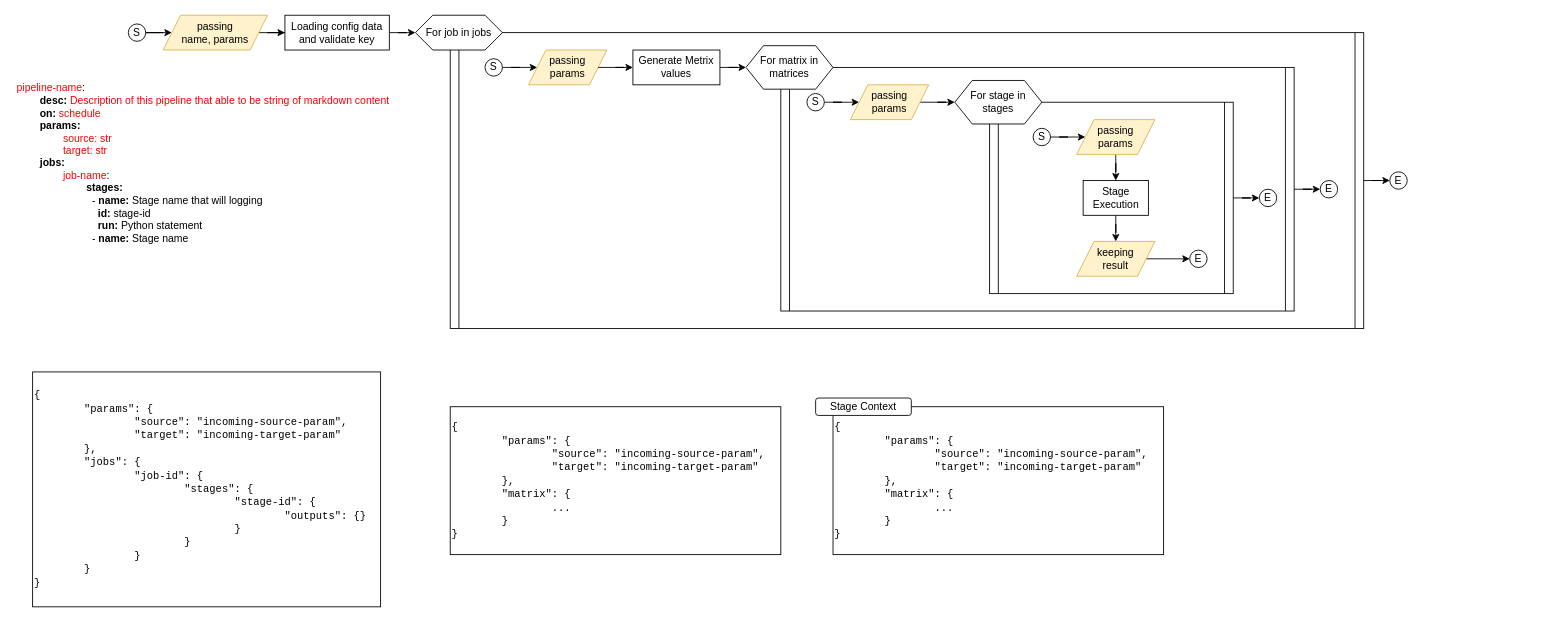
Above: page "pipeline" (2 of 2) of docs/assets/diagram.drawio in ddeutils/ddeutil-workflow (draw.io), before the change. Source tidied: cells renumbered, new cells numbered last; positions are measured from the earlier drawing's top-left corner, leaving out a move shared by most shapes. Both pictures are drawn from the tidied source at 87%, with x=0, y=0 at pixel (15, 15).
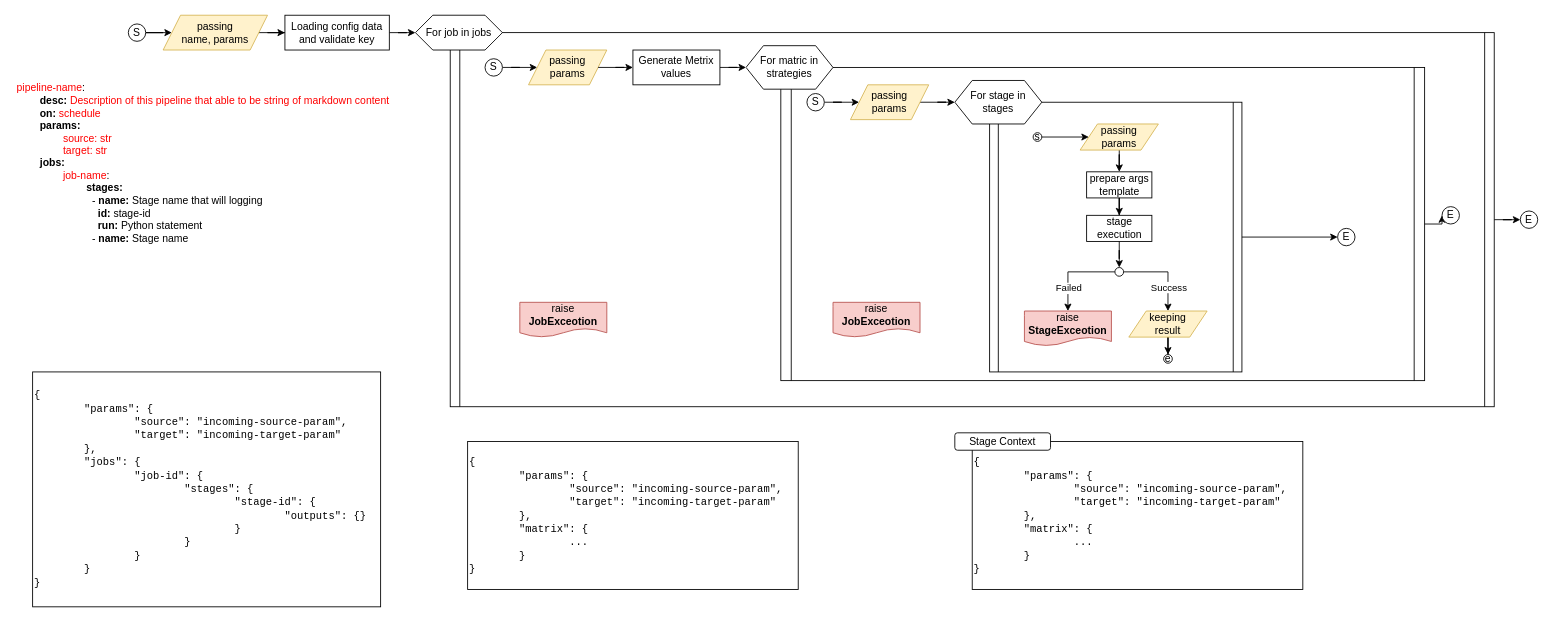
The same diagram, later.

Diff of the diagram source:
```diff
@@
     <mxCell id="3" style="shape=process;whiteSpace=wrap;html=1;backgroundOutline=1;size=0.009523809523809525;fillColor=none;" parent="1" vertex="1">
-      <mxGeometry x="500" y="20" width="1050" height="340" as="geometry" />
+      <mxGeometry x="500" y="20" width="1200" height="430" as="geometry" />
     </mxCell>
@@
     <mxCell id="5" style="shape=process;whiteSpace=wrap;html=1;backgroundOutline=1;size=0.016666666666666666;fillColor=none;" parent="1" vertex="1">
-      <mxGeometry x="880" y="60" width="590" height="280" as="geometry" />
+      <mxGeometry x="880" y="60" width="740" height="360" as="geometry" />
     </mxCell>
@@
-    <mxCell id="7" style="shape=process;whiteSpace=wrap;html=1;backgroundOutline=1;size=0.03571428571428571;fillColor=none;" parent="1" vertex="1">
-      <mxGeometry x="1120" y="100" width="280" height="220" as="geometry" />
+    <mxCell id="7" style="shape=process;whiteSpace=wrap;html=1;backgroundOutline=1;size=0.034482758620689655;fillColor=none;" parent="1" vertex="1">
+      <mxGeometry x="1120" y="100" width="290" height="310" as="geometry" />
     </mxCell>
@@
-    <mxCell id="19" value="For matrix in matrices" style="shape=hexagon;perimeter=hexagonPerimeter2;whiteSpace=wrap;html=1;fixedSize=1;" parent="1" vertex="1">
+    <mxCell id="19" value="For matric in strategies" style="shape=hexagon;perimeter=hexagonPerimeter2;whiteSpace=wrap;html=1;fixedSize=1;" parent="1" vertex="1">
       <mxGeometry x="840" y="35" width="100" height="50" as="geometry" />
     </mxCell>
     <mxCell id="20" value="E" style="ellipse;whiteSpace=wrap;html=1;" parent="1" vertex="1">
-      <mxGeometry x="1580" y="180" width="20" height="20" as="geometry" />
+      <mxGeometry x="1730" y="225" width="20" height="20" as="geometry" />
     </mxCell>
@@
-    <mxCell id="29" value="S" style="ellipse;whiteSpace=wrap;html=1;" parent="1" vertex="1">
-      <mxGeometry x="1170" y="130" width="20" height="20" as="geometry" />
+    <mxCell id="29" value="s" style="ellipse;whiteSpace=wrap;html=1;" parent="1" vertex="1">
+      <mxGeometry x="1170" y="135" width="10" height="10" as="geometry" />
     </mxCell>
@@
     <mxCell id="31" value="passing&lt;div&gt;&lt;div&gt;params&lt;/div&gt;&lt;/div&gt;" style="shape=parallelogram;perimeter=parallelogramPerimeter;whiteSpace=wrap;html=1;fixedSize=1;fillColor=#fff2cc;strokeColor=#d6b656;" parent="1" vertex="1">
-      <mxGeometry x="1220" y="120" width="90" height="40" as="geometry" />
+      <mxGeometry x="1224" y="125" width="90" height="30" as="geometry" />
     </mxCell>
-    <mxCell id="32" style="edgeStyle=orthogonalEdgeStyle;rounded=0;jettySize=auto;html=1;entryX=0.5;entryY=0;entryDx=0;entryDy=0;" parent="1" edge="1" source="33" target="35">
-      <mxGeometry relative="1" as="geometry" />
-    </mxCell>
-    <mxCell id="33" value="Stage Execution" style="rounded=0;whiteSpace=wrap;html=1;" parent="1" vertex="1">
-      <mxGeometry x="1227.5" y="190" width="75" height="40" as="geometry" />
+    <mxCell id="33" value="prepare args template" style="rounded=0;whiteSpace=wrap;html=1;" parent="1" vertex="1">
+      <mxGeometry x="1231.5" y="180" width="75" height="30" as="geometry" />
     </mxCell>
-    <mxCell id="34" style="edgeStyle=orthogonalEdgeStyle;rounded=0;jettySize=auto;html=1;entryX=0;entryY=0.5;entryDx=0;entryDy=0;" parent="1" edge="1" source="35" target="36">
+    <mxCell id="34" style="edgeStyle=orthogonalEdgeStyle;rounded=0;jettySize=auto;html=1;entryX=0.5;entryY=0;entryDx=0;entryDy=0;" parent="1" edge="1" source="35" target="36">
       <mxGeometry relative="1" as="geometry" />
     </mxCell>
     <mxCell id="35" value="keeping&lt;div&gt;&lt;div&gt;result&lt;/div&gt;&lt;/div&gt;" style="shape=parallelogram;perimeter=parallelogramPerimeter;whiteSpace=wrap;html=1;fixedSize=1;fillColor=#fff2cc;strokeColor=#d6b656;" parent="1" vertex="1">
-      <mxGeometry x="1220" y="260" width="90" height="40" as="geometry" />
+      <mxGeometry x="1280" y="340" width="90" height="30" as="geometry" />
     </mxCell>
-    <mxCell id="36" value="E" style="ellipse;whiteSpace=wrap;html=1;" parent="1" vertex="1">
-      <mxGeometry x="1350" y="270" width="20" height="20" as="geometry" />
+    <mxCell id="36" value="e" style="ellipse;whiteSpace=wrap;html=1;" parent="1" vertex="1">
+      <mxGeometry x="1320" y="390" width="10" height="10" as="geometry" />
     </mxCell>
     <mxCell id="37" value="E" style="ellipse;whiteSpace=wrap;html=1;" parent="1" vertex="1">
-      <mxGeometry x="1430" y="200" width="20" height="20" as="geometry" />
+      <mxGeometry x="1520" y="245" width="20" height="20" as="geometry" />
     </mxCell>
     <mxCell id="38" value="E" style="ellipse;whiteSpace=wrap;html=1;" parent="1" vertex="1">
-      <mxGeometry x="1500" y="190" width="20" height="20" as="geometry" />
+      <mxGeometry x="1640" y="220" width="20" height="20" as="geometry" />
     </mxCell>
@@
     <mxCell id="41" value="&lt;font face=&quot;Courier New&quot;&gt;{&lt;/font&gt;&lt;div&gt;&lt;font face=&quot;Courier New&quot;&gt;&lt;span style=&quot;white-space: pre;&quot;&gt;&#9;&lt;/span&gt;&quot;params&quot;: {&lt;/font&gt;&lt;/div&gt;&lt;div&gt;&lt;font face=&quot;Courier New&quot;&gt;&lt;span style=&quot;white-space: pre;&quot;&gt;&#9;&lt;/span&gt;&lt;span style=&quot;white-space: pre;&quot;&gt;&#9;&lt;/span&gt;&quot;source&quot;: &quot;incoming-source-param&quot;,&lt;br&gt;&lt;/font&gt;&lt;/div&gt;&lt;div&gt;&lt;font face=&quot;Courier New&quot;&gt;&lt;span style=&quot;white-space: pre;&quot;&gt;&#9;&lt;/span&gt;&lt;span style=&quot;white-space: pre;&quot;&gt;&#9;&lt;/span&gt;&quot;target&quot;: &quot;incoming-target-param&quot;&lt;br&gt;&lt;/font&gt;&lt;/div&gt;&lt;div&gt;&lt;font face=&quot;Courier New&quot;&gt;&lt;span style=&quot;white-space: pre;&quot;&gt;&#9;&lt;/span&gt;},&lt;/font&gt;&lt;/div&gt;&lt;div&gt;&lt;font face=&quot;Courier New&quot;&gt;&lt;span style=&quot;white-space: pre;&quot;&gt;&#9;&lt;/span&gt;&quot;matrix&quot;: {&lt;/font&gt;&lt;/div&gt;&lt;div&gt;&lt;font face=&quot;Courier New&quot;&gt;&lt;span style=&quot;white-space: pre;&quot;&gt;&#9;&lt;/span&gt;&lt;span style=&quot;white-space: pre;&quot;&gt;&#9;&lt;/span&gt;...&lt;br&gt;&lt;/font&gt;&lt;/div&gt;&lt;div&gt;&lt;font face=&quot;Courier New&quot;&gt;&lt;span style=&quot;white-space: pre;&quot;&gt;&#9;&lt;/span&gt;}&lt;br&gt;&lt;/font&gt;&lt;div&gt;&lt;font face=&quot;Courier New&quot;&gt;}&lt;/font&gt;&lt;/div&gt;&lt;/div&gt;" style="text;html=1;align=left;verticalAlign=middle;whiteSpace=wrap;rounded=0;strokeColor=default;" parent="1" vertex="1">
-      <mxGeometry x="940" y="450" width="380" height="170" as="geometry" />
+      <mxGeometry x="1100" y="490" width="380" height="170" as="geometry" />
     </mxCell>
     <mxCell id="42" value="&lt;font face=&quot;Courier New&quot;&gt;{&lt;/font&gt;&lt;div&gt;&lt;font face=&quot;Courier New&quot;&gt;&lt;span style=&quot;white-space: pre;&quot;&gt;&#9;&lt;/span&gt;&quot;params&quot;: {&lt;/font&gt;&lt;/div&gt;&lt;div&gt;&lt;font face=&quot;Courier New&quot;&gt;&lt;span style=&quot;white-space: pre;&quot;&gt;&#9;&lt;/span&gt;&lt;span style=&quot;white-space: pre;&quot;&gt;&#9;&lt;/span&gt;&quot;source&quot;: &quot;incoming-source-param&quot;,&lt;br&gt;&lt;/font&gt;&lt;/div&gt;&lt;div&gt;&lt;font face=&quot;Courier New&quot;&gt;&lt;span style=&quot;white-space: pre;&quot;&gt;&#9;&lt;/span&gt;&lt;span style=&quot;white-space: pre;&quot;&gt;&#9;&lt;/span&gt;&quot;target&quot;: &quot;incoming-target-param&quot;&lt;br&gt;&lt;/font&gt;&lt;/div&gt;&lt;div&gt;&lt;font face=&quot;Courier New&quot;&gt;&lt;span style=&quot;white-space: pre;&quot;&gt;&#9;&lt;/span&gt;},&lt;/font&gt;&lt;/div&gt;&lt;div&gt;&lt;font face=&quot;Courier New&quot;&gt;&lt;span style=&quot;white-space: pre;&quot;&gt;&#9;&lt;/span&gt;&quot;matrix&quot;: {&lt;/font&gt;&lt;/div&gt;&lt;div&gt;&lt;font face=&quot;Courier New&quot;&gt;&lt;span style=&quot;white-space: pre;&quot;&gt;&#9;&lt;/span&gt;&lt;span style=&quot;white-space: pre;&quot;&gt;&#9;&lt;/span&gt;...&lt;br&gt;&lt;/font&gt;&lt;/div&gt;&lt;div&gt;&lt;font face=&quot;Courier New&quot;&gt;&lt;span style=&quot;white-space: pre;&quot;&gt;&#9;&lt;/span&gt;}&lt;br&gt;&lt;/font&gt;&lt;div&gt;&lt;font face=&quot;Courier New&quot;&gt;}&lt;/font&gt;&lt;/div&gt;&lt;/div&gt;" style="text;html=1;align=left;verticalAlign=middle;whiteSpace=wrap;rounded=0;strokeColor=default;" parent="1" vertex="1">
-      <mxGeometry x="500" y="450" width="380" height="170" as="geometry" />
+      <mxGeometry x="520" y="490" width="380" height="170" as="geometry" />
     </mxCell>
     <mxCell id="43" value="Stage Context" style="rounded=1;whiteSpace=wrap;html=1;" parent="1" vertex="1">
-      <mxGeometry x="920" y="440" width="110" height="20" as="geometry" />
+      <mxGeometry x="1080" y="480" width="110" height="20" as="geometry" />
     </mxCell>
+    <mxCell id="44" style="edgeStyle=orthogonalEdgeStyle;rounded=0;jettySize=auto;html=1;entryX=0.5;entryY=0;entryDx=0;entryDy=0;" parent="1" edge="1" source="33" target="45">
+      <mxGeometry relative="1" as="geometry" />
+    </mxCell>
+    <mxCell id="45" value="stage execution" style="rounded=0;whiteSpace=wrap;html=1;" parent="1" vertex="1">
+      <mxGeometry x="1231.5" y="230" width="75" height="30" as="geometry" />
+    </mxCell>
+    <mxCell id="46" value="raise &lt;b&gt;StageExceotion&lt;/b&gt;" style="shape=document;whiteSpace=wrap;html=1;boundedLbl=1;size=0.25000000000000283;fillColor=#f8cecc;strokeColor=#b85450;" parent="1" vertex="1">
+      <mxGeometry x="1160" y="340" width="100" height="40" as="geometry" />
+    </mxCell>
+    <mxCell id="47" style="edgeStyle=orthogonalEdgeStyle;rounded=0;jettySize=auto;html=1;entryX=0.5;entryY=0;entryDx=0;entryDy=0;" parent="1" edge="1" source="45" target="52">
+      <mxGeometry relative="1" as="geometry" />
+    </mxCell>
+    <mxCell id="48" style="edgeStyle=orthogonalEdgeStyle;rounded=0;jettySize=auto;html=1;entryX=0.5;entryY=0;entryDx=0;entryDy=0;" parent="1" edge="1" source="52" target="46">
+      <mxGeometry relative="1" as="geometry">
+        <Array as="points">
+          <mxPoint x="1210" y="295" />
+        </Array>
+      </mxGeometry>
+    </mxCell>
+    <mxCell id="49" value="Failed" style="edgeLabel;html=1;align=center;verticalAlign=middle;" parent="48" vertex="1">
+      <mxGeometry x="0.38" y="-1" relative="1" as="geometry">
+        <mxPoint x="1" y="4" as="offset" />
+      </mxGeometry>
+    </mxCell>
+    <mxCell id="50" style="edgeStyle=orthogonalEdgeStyle;rounded=0;jettySize=auto;html=1;entryX=0.5;entryY=0;entryDx=0;entryDy=0;" parent="1" edge="1" source="52" target="35">
+      <mxGeometry relative="1" as="geometry">
+        <Array as="points">
+          <mxPoint x="1325" y="295" />
+        </Array>
+      </mxGeometry>
+    </mxCell>
+    <mxCell id="51" value="Success" style="edgeLabel;html=1;align=center;verticalAlign=middle;" parent="50" vertex="1">
+      <mxGeometry x="0.4" relative="1" as="geometry">
+        <mxPoint y="1" as="offset" />
+      </mxGeometry>
+    </mxCell>
+    <mxCell id="52" style="ellipse;whiteSpace=wrap;html=1;" parent="1" vertex="1">
+      <mxGeometry x="1264" y="290" width="10" height="10" as="geometry" />
+    </mxCell>
+    <mxCell id="53" value="raise &lt;b&gt;JobExceotion&lt;/b&gt;" style="shape=document;whiteSpace=wrap;html=1;boundedLbl=1;size=0.25000000000000283;fillColor=#f8cecc;strokeColor=#b85450;" parent="1" vertex="1">
+      <mxGeometry x="940" y="330" width="100" height="40" as="geometry" />
+    </mxCell>
+    <mxCell id="54" value="raise &lt;b&gt;JobExceotion&lt;/b&gt;" style="shape=document;whiteSpace=wrap;html=1;boundedLbl=1;size=0.25000000000000283;fillColor=#f8cecc;strokeColor=#b85450;" parent="1" vertex="1">
+      <mxGeometry x="580" y="330" width="100" height="40" as="geometry" />
+    </mxCell>
```
